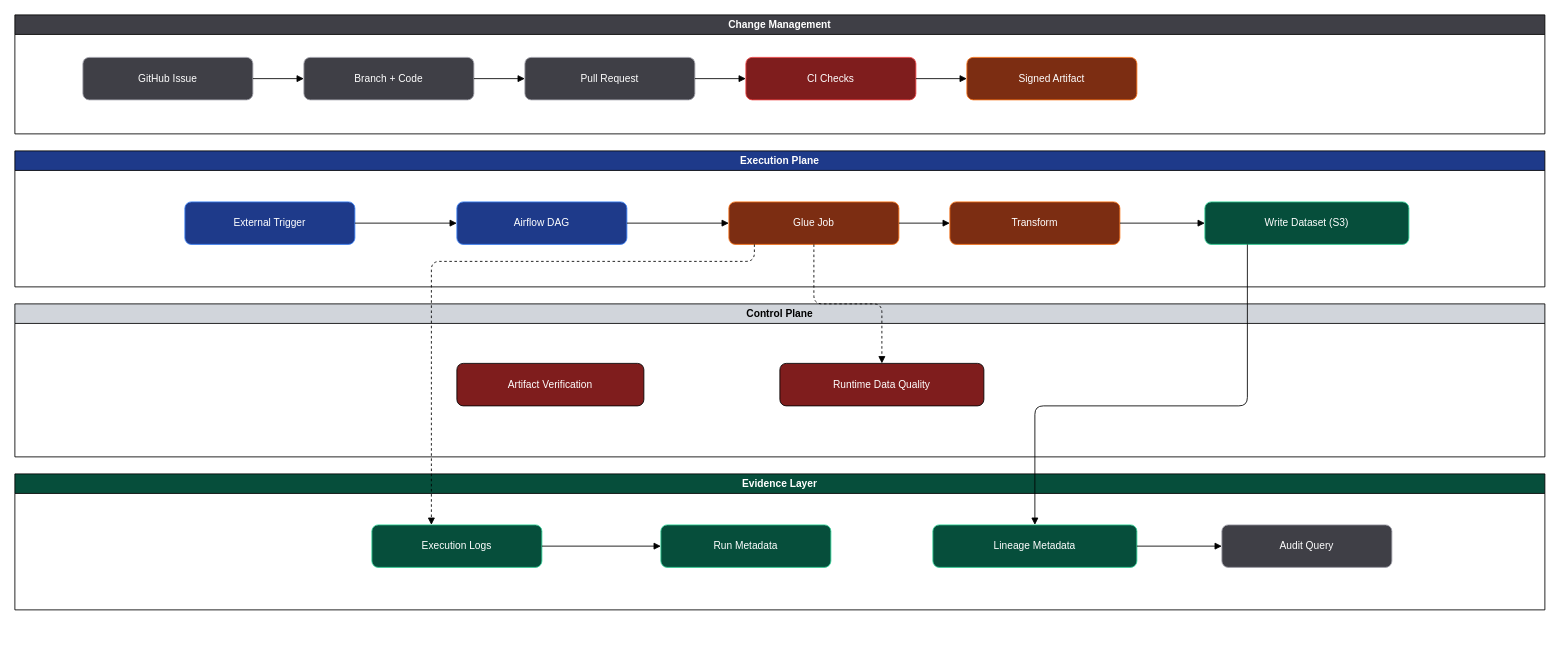
The draw.io diagram diagrams/proposed_pipeline/process_maps/unified_map.drawio in SilverPeak2299/Thesis, before the edit. Source tidied: cells renumbered, new cells numbered last; positions are measured from the earlier drawing's top-left corner, leaving out a move shared by most shapes. Both pictures are drawn from the tidied source at 85%, with x=0, y=0 at pixel (14, 14).
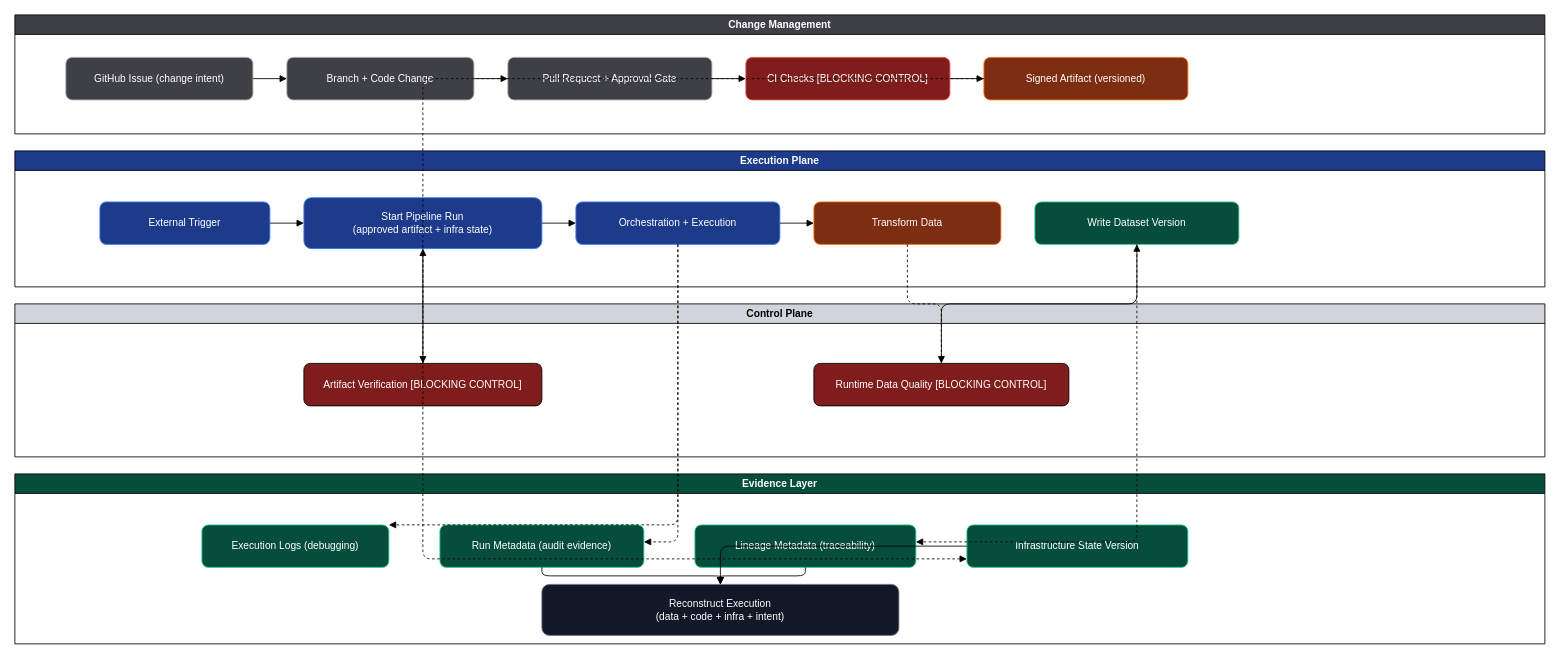
The same page after the edit.

The change refers to these unchanged cells:
```xml
<mxCell id="2" value="Change Management" style="swimlane;horizontal=1;whiteSpace=wrap;html=1;fillColor=#3f3f46;fontColor=#ffffff;" parent="1" vertex="1">
  <mxGeometry width="1800" height="140" as="geometry" />
</mxCell>
<mxCell id="8" value="Execution Plane" style="swimlane;horizontal=1;whiteSpace=wrap;html=1;fillColor=#1e3a8a;fontColor=#ffffff;" parent="1" vertex="1">
  <mxGeometry y="160" width="1800" height="160" as="geometry" />
</mxCell>
<mxCell id="14" value="Control Plane" style="swimlane;horizontal=1;whiteSpace=wrap;html=1;fillColor=#d1d5db;" parent="1" vertex="1">
  <mxGeometry y="340" width="1800" height="180" as="geometry" />
</mxCell>
```

What changed in the source:
```diff
@@
-    <mxCell id="3" value="GitHub Issue" style="rounded=1;whiteSpace=wrap;html=1;fillColor=#3f3f46;strokeColor=#a1a1aa;fontColor=#ffffff;" parent="2" vertex="1">
-      <mxGeometry x="80" y="50" width="200" height="50" as="geometry" />
+    <mxCell id="3" value="GitHub Issue (change intent)" style="rounded=1;whiteSpace=wrap;html=1;fillColor=#3f3f46;strokeColor=#a1a1aa;fontColor=#ffffff;" parent="2" vertex="1">
+      <mxGeometry x="60" y="50" width="220" height="50" as="geometry" />
     </mxCell>
-    <mxCell id="4" value="Branch + Code" style="rounded=1;whiteSpace=wrap;html=1;fillColor=#3f3f46;strokeColor=#a1a1aa;fontColor=#ffffff;" parent="2" vertex="1">
-      <mxGeometry x="340" y="50" width="200" height="50" as="geometry" />
+    <mxCell id="4" value="Branch + Code Change" style="rounded=1;whiteSpace=wrap;html=1;fillColor=#3f3f46;strokeColor=#a1a1aa;fontColor=#ffffff;" parent="2" vertex="1">
+      <mxGeometry x="320" y="50" width="220" height="50" as="geometry" />
     </mxCell>
-    <mxCell id="5" value="Pull Request" style="rounded=1;whiteSpace=wrap;html=1;fillColor=#3f3f46;strokeColor=#a1a1aa;fontColor=#ffffff;" parent="2" vertex="1">
-      <mxGeometry x="600" y="50" width="200" height="50" as="geometry" />
+    <mxCell id="5" value="Pull Request + Approval Gate" style="rounded=1;whiteSpace=wrap;html=1;fillColor=#3f3f46;strokeColor=#a1a1aa;fontColor=#ffffff;" parent="2" vertex="1">
+      <mxGeometry x="580" y="50" width="240" height="50" as="geometry" />
     </mxCell>
-    <mxCell id="6" value="CI Checks" style="rounded=1;whiteSpace=wrap;html=1;fillColor=#7f1d1d;strokeColor=#ef4444;fontColor=#ffffff;" parent="2" vertex="1">
-      <mxGeometry x="860" y="50" width="200" height="50" as="geometry" />
+    <mxCell id="6" value="CI Checks [BLOCKING CONTROL]" style="rounded=1;whiteSpace=wrap;html=1;fillColor=#7f1d1d;strokeColor=#ef4444;fontColor=#ffffff;" parent="2" vertex="1">
+      <mxGeometry x="860" y="50" width="240" height="50" as="geometry" />
     </mxCell>
-    <mxCell id="7" value="Signed Artifact" style="rounded=1;whiteSpace=wrap;html=1;fillColor=#7c2d12;strokeColor=#f97316;fontColor=#ffffff;" parent="2" vertex="1">
-      <mxGeometry x="1120" y="50" width="200" height="50" as="geometry" />
+    <mxCell id="7" value="Signed Artifact (versioned)" style="rounded=1;whiteSpace=wrap;html=1;fillColor=#7c2d12;strokeColor=#f97316;fontColor=#ffffff;" parent="2" vertex="1">
+      <mxGeometry x="1140" y="50" width="240" height="50" as="geometry" />
     </mxCell>
@@
     <mxCell id="9" value="External Trigger" style="rounded=1;whiteSpace=wrap;html=1;fillColor=#1e3a8a;strokeColor=#3b82f6;fontColor=#ffffff;" parent="8" vertex="1">
-      <mxGeometry x="200" y="60" width="200" height="50" as="geometry" />
+      <mxGeometry x="100" y="60" width="200" height="50" as="geometry" />
     </mxCell>
-    <mxCell id="10" value="Airflow DAG" style="rounded=1;whiteSpace=wrap;html=1;fillColor=#1e3a8a;strokeColor=#3b82f6;fontColor=#ffffff;" parent="8" vertex="1">
-      <mxGeometry x="520" y="60" width="200" height="50" as="geometry" />
+    <mxCell id="10" value="Start Pipeline Run&#10;(approved artifact + infra state)" style="rounded=1;whiteSpace=wrap;html=1;fillColor=#1e3a8a;strokeColor=#3b82f6;fontColor=#ffffff;" parent="8" vertex="1">
+      <mxGeometry x="340" y="55" width="280" height="60" as="geometry" />
     </mxCell>
-    <mxCell id="11" value="Glue Job" style="rounded=1;whiteSpace=wrap;html=1;fillColor=#7c2d12;strokeColor=#f97316;fontColor=#ffffff;" parent="8" vertex="1">
-      <mxGeometry x="840" y="60" width="200" height="50" as="geometry" />
+    <mxCell id="11" value="Orchestration + Execution" style="rounded=1;whiteSpace=wrap;html=1;fillColor=#1e3a8a;strokeColor=#3b82f6;fontColor=#ffffff;" parent="8" vertex="1">
+      <mxGeometry x="660" y="60" width="240" height="50" as="geometry" />
     </mxCell>
-    <mxCell id="12" value="Transform" style="rounded=1;whiteSpace=wrap;html=1;fillColor=#7c2d12;strokeColor=#f97316;fontColor=#ffffff;" parent="8" vertex="1">
-      <mxGeometry x="1100" y="60" width="200" height="50" as="geometry" />
+    <mxCell id="12" value="Transform Data" style="rounded=1;whiteSpace=wrap;html=1;fillColor=#7c2d12;strokeColor=#f97316;fontColor=#ffffff;" parent="8" vertex="1">
+      <mxGeometry x="940" y="60" width="220" height="50" as="geometry" />
     </mxCell>
-    <mxCell id="13" value="Write Dataset (S3)" style="rounded=1;whiteSpace=wrap;html=1;fillColor=#064e3b;strokeColor=#34d399;fontColor=#ffffff;" parent="8" vertex="1">
-      <mxGeometry x="1400" y="60" width="240" height="50" as="geometry" />
+    <mxCell id="13" value="Write Dataset Version" style="rounded=1;whiteSpace=wrap;html=1;fillColor=#064e3b;strokeColor=#34d399;fontColor=#ffffff;" parent="8" vertex="1">
+      <mxGeometry x="1200" y="60" width="240" height="50" as="geometry" />
     </mxCell>
@@
-    <mxCell id="15" value="Artifact Verification" style="rounded=1;whiteSpace=wrap;html=1;fillColor=#7f1d1d;fontColor=#ffffff;" parent="14" vertex="1">
-      <mxGeometry x="520" y="70" width="220" height="50" as="geometry" />
+    <mxCell id="15" value="Artifact Verification [BLOCKING CONTROL]" style="rounded=1;whiteSpace=wrap;html=1;fillColor=#7f1d1d;fontColor=#ffffff;" parent="14" vertex="1">
+      <mxGeometry x="340" y="70" width="280" height="50" as="geometry" />
     </mxCell>
-    <mxCell id="16" value="Runtime Data Quality" style="rounded=1;whiteSpace=wrap;html=1;fillColor=#7f1d1d;fontColor=#ffffff;" parent="14" vertex="1">
-      <mxGeometry x="900" y="70" width="240" height="50" as="geometry" />
+    <mxCell id="16" value="Runtime Data Quality [BLOCKING CONTROL]" style="rounded=1;whiteSpace=wrap;html=1;fillColor=#7f1d1d;fontColor=#ffffff;" parent="14" vertex="1">
+      <mxGeometry x="940" y="70" width="300" height="50" as="geometry" />
     </mxCell>
     <mxCell id="17" value="Evidence Layer" style="swimlane;horizontal=1;whiteSpace=wrap;html=1;fillColor=#064e3b;fontColor=#ffffff;" parent="1" vertex="1">
-      <mxGeometry y="540" width="1800" height="160" as="geometry" />
+      <mxGeometry y="540" width="1800" height="200" as="geometry" />
     </mxCell>
-    <mxCell id="18" value="Execution Logs" style="rounded=1;whiteSpace=wrap;html=1;fillColor=#064e3b;strokeColor=#34d399;fontColor=#ffffff;" parent="17" vertex="1">
-      <mxGeometry x="420" y="60" width="200" height="50" as="geometry" />
+    <mxCell id="18" value="Execution Logs (debugging)" style="rounded=1;whiteSpace=wrap;html=1;fillColor=#064e3b;strokeColor=#34d399;fontColor=#ffffff;" parent="17" vertex="1">
+      <mxGeometry x="220" y="60" width="220" height="50" as="geometry" />
     </mxCell>
-    <mxCell id="19" value="Run Metadata" style="rounded=1;whiteSpace=wrap;html=1;fillColor=#064e3b;strokeColor=#34d399;fontColor=#ffffff;" parent="17" vertex="1">
-      <mxGeometry x="760" y="60" width="200" height="50" as="geometry" />
+    <mxCell id="19" value="Run Metadata (audit evidence)" style="rounded=1;whiteSpace=wrap;html=1;fillColor=#064e3b;strokeColor=#34d399;fontColor=#ffffff;" parent="17" vertex="1">
+      <mxGeometry x="500" y="60" width="240" height="50" as="geometry" />
     </mxCell>
-    <mxCell id="20" value="Lineage Metadata" style="rounded=1;whiteSpace=wrap;html=1;fillColor=#064e3b;strokeColor=#34d399;fontColor=#ffffff;" parent="17" vertex="1">
-      <mxGeometry x="1080" y="60" width="240" height="50" as="geometry" />
+    <mxCell id="20" value="Lineage Metadata (traceability)" style="rounded=1;whiteSpace=wrap;html=1;fillColor=#064e3b;strokeColor=#34d399;fontColor=#ffffff;" parent="17" vertex="1">
+      <mxGeometry x="800" y="60" width="260" height="50" as="geometry" />
     </mxCell>
-    <mxCell id="21" value="Audit Query" style="rounded=1;whiteSpace=wrap;html=1;fillColor=#3f3f46;strokeColor=#a1a1aa;fontColor=#ffffff;" parent="17" vertex="1">
-      <mxGeometry x="1420" y="60" width="200" height="50" as="geometry" />
-    </mxCell>
+    <mxCell id="35" value="Infrastructure State Version" style="rounded=1;whiteSpace=wrap;html=1;fillColor=#064e3b;strokeColor=#34d399;fontColor=#ffffff;" parent="17" vertex="1">
+      <mxGeometry x="1120" y="60" width="260" height="50" as="geometry" />
+    </mxCell>
+    <mxCell id="36" value="Reconstruct Execution&#10;(data + code + infra + intent)" style="rounded=1;whiteSpace=wrap;html=1;fillColor=#111827;strokeColor=#6b7280;fontColor=#ffffff;" parent="17" vertex="1">
+      <mxGeometry x="620" y="130" width="420" height="60" as="geometry" />
+    </mxCell>
@@
+    <mxCell id="37" style="edgeStyle=orthogonalEdgeStyle;dashed=1;endArrow=block;" parent="1" edge="1" source="7" target="15">
+      <mxGeometry relative="1" as="geometry" />
+    </mxCell>
+    <mxCell id="38" style="edgeStyle=orthogonalEdgeStyle;endArrow=block;" parent="1" edge="1" source="15" target="10">
+      <mxGeometry relative="1" as="geometry" />
+    </mxCell>
@@
-    <mxCell id="29" style="edgeStyle=orthogonalEdgeStyle;endArrow=block;" parent="1" edge="1" source="12" target="13">
-      <mxGeometry relative="1" as="geometry" />
-    </mxCell>
-    <mxCell id="30" style="edgeStyle=orthogonalEdgeStyle;dashed=1;endArrow=block;" parent="1" edge="1" source="11" target="16">
-      <mxGeometry relative="1" as="geometry" />
-    </mxCell>
+    <mxCell id="39" style="edgeStyle=orthogonalEdgeStyle;dashed=1;endArrow=block;" parent="1" edge="1" source="12" target="16">
+      <mxGeometry relative="1" as="geometry" />
+    </mxCell>
+    <mxCell id="40" style="edgeStyle=orthogonalEdgeStyle;endArrow=block;" parent="1" edge="1" source="16" target="13">
+      <mxGeometry relative="1" as="geometry" />
+    </mxCell>
     <mxCell id="31" style="edgeStyle=orthogonalEdgeStyle;dashed=1;endArrow=block;" parent="1" edge="1" source="11" target="18">
       <mxGeometry relative="1" as="geometry">
         <Array as="points">
-          <mxPoint x="870" y="290" />
-          <mxPoint x="490" y="290" />
+          <mxPoint x="780" y="600" />
+          <mxPoint x="330" y="600" />
         </Array>
       </mxGeometry>
     </mxCell>
-    <mxCell id="32" style="edgeStyle=orthogonalEdgeStyle;endArrow=block;" parent="1" edge="1" source="18" target="19">
-      <mxGeometry relative="1" as="geometry" />
-    </mxCell>
+    <mxCell id="41" style="edgeStyle=orthogonalEdgeStyle;dashed=1;endArrow=block;" parent="1" edge="1" source="11" target="19">
+      <mxGeometry relative="1" as="geometry">
+        <Array as="points">
+          <mxPoint x="780" y="620" />
+          <mxPoint x="620" y="620" />
+        </Array>
+      </mxGeometry>
+    </mxCell>
-    <mxCell id="33" style="edgeStyle=orthogonalEdgeStyle;endArrow=block;" parent="1" edge="1" source="13" target="20">
+    <mxCell id="33" style="edgeStyle=orthogonalEdgeStyle;dashed=1;endArrow=block;" parent="1" edge="1" source="13" target="20">
       <mxGeometry relative="1" as="geometry">
         <Array as="points">
-          <mxPoint x="1450" y="460" />
-          <mxPoint x="1200" y="460" />
+          <mxPoint x="1320" y="620" />
+          <mxPoint x="930" y="620" />
         </Array>
       </mxGeometry>
     </mxCell>
-    <mxCell id="34" style="edgeStyle=orthogonalEdgeStyle;endArrow=block;" parent="1" edge="1" source="20" target="21">
-      <mxGeometry relative="1" as="geometry" />
-    </mxCell>
+    <mxCell id="42" style="edgeStyle=orthogonalEdgeStyle;dashed=1;endArrow=block;" parent="1" edge="1" source="10" target="35">
+      <mxGeometry relative="1" as="geometry">
+        <Array as="points">
+          <mxPoint x="480" y="640" />
+          <mxPoint x="1250" y="640" />
+        </Array>
+      </mxGeometry>
+    </mxCell>
+    <mxCell id="43" style="edgeStyle=orthogonalEdgeStyle;endArrow=block;" parent="1" edge="1" source="19" target="36">
+      <mxGeometry relative="1" as="geometry" />
+    </mxCell>
+    <mxCell id="44" style="edgeStyle=orthogonalEdgeStyle;endArrow=block;" parent="1" edge="1" source="20" target="36">
+      <mxGeometry relative="1" as="geometry" />
+    </mxCell>
+    <mxCell id="45" style="edgeStyle=orthogonalEdgeStyle;endArrow=block;" parent="1" edge="1" source="35" target="36">
+      <mxGeometry relative="1" as="geometry" />
+    </mxCell>
```
